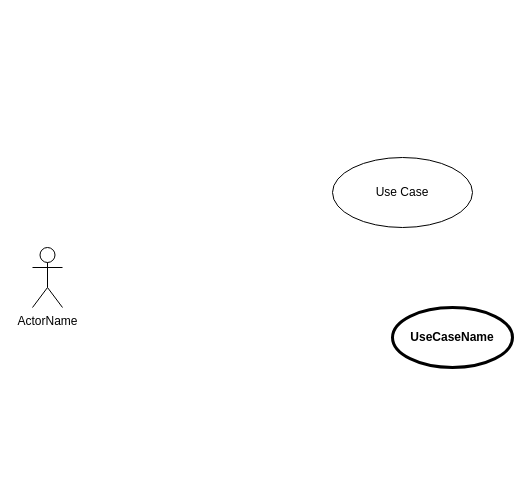
This is Tracing2020.drawio from NTT-TNN/draw, a draw.io file, before an edit. Source tidied: cells renumbered, new cells numbered last; positions are measured from the earlier drawing's top-left corner, leaving out a move shared by most shapes. Both pictures are drawn from the tidied source at 100%, with x=0, y=0 at pixel (32, 157).
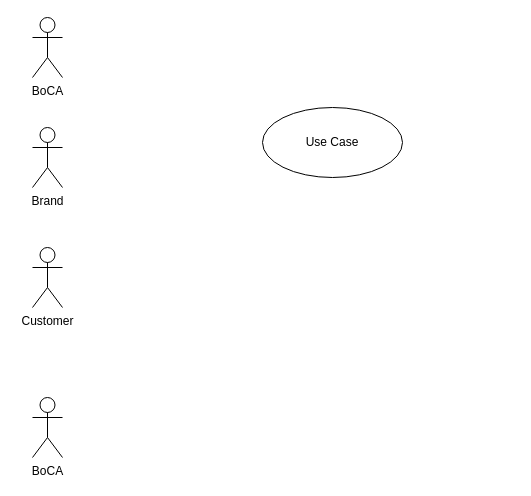
After the change.

Diff of the diagram source:
```diff
@@
 <mxGraphModel>
   <root>
     <mxCell id="0" />
     <mxCell id="1" parent="0" />
-    <mxCell id="2" value="ActorName" style="shape=umlActor;html=1;verticalLabelPosition=bottom;verticalAlign=top;align=center;" parent="1" vertex="1">
+    <mxCell id="2" value="Customer" style="shape=umlActor;html=1;verticalLabelPosition=bottom;verticalAlign=top;align=center;" parent="1" vertex="1">
       <mxGeometry y="90" width="30" height="60" as="geometry" />
     </mxCell>
     <mxCell id="3" value="Use Case" style="ellipse;whiteSpace=wrap;html=1;" parent="1" vertex="1">
-      <mxGeometry x="300" width="140" height="70" as="geometry" />
+      <mxGeometry x="230" y="-50" width="140" height="70" as="geometry" />
     </mxCell>
-    <mxCell id="4" value="UseCaseName" style="shape=ellipse;html=1;strokeWidth=3;fontStyle=1;whiteSpace=wrap;align=center;perimeter=ellipsePerimeter;" parent="1" vertex="1">
-      <mxGeometry x="360" y="150" width="120" height="60" as="geometry" />
-    </mxCell>
+    <mxCell id="5" value="BoCA&lt;br&gt;" style="shape=umlActor;html=1;verticalLabelPosition=bottom;verticalAlign=top;align=center;" parent="1" vertex="1">
+      <mxGeometry y="-140" width="30" height="60" as="geometry" />
+    </mxCell>
+    <mxCell id="6" value="Brand" style="shape=umlActor;html=1;verticalLabelPosition=bottom;verticalAlign=top;align=center;" parent="1" vertex="1">
+      <mxGeometry y="-30" width="30" height="60" as="geometry" />
+    </mxCell>
+    <mxCell id="7" value="BoCA&lt;br&gt;" style="shape=umlActor;html=1;verticalLabelPosition=bottom;verticalAlign=top;align=center;" parent="1" vertex="1">
+      <mxGeometry y="240" width="30" height="60" as="geometry" />
+    </mxCell>
   </root>
 </mxGraphModel>
```
